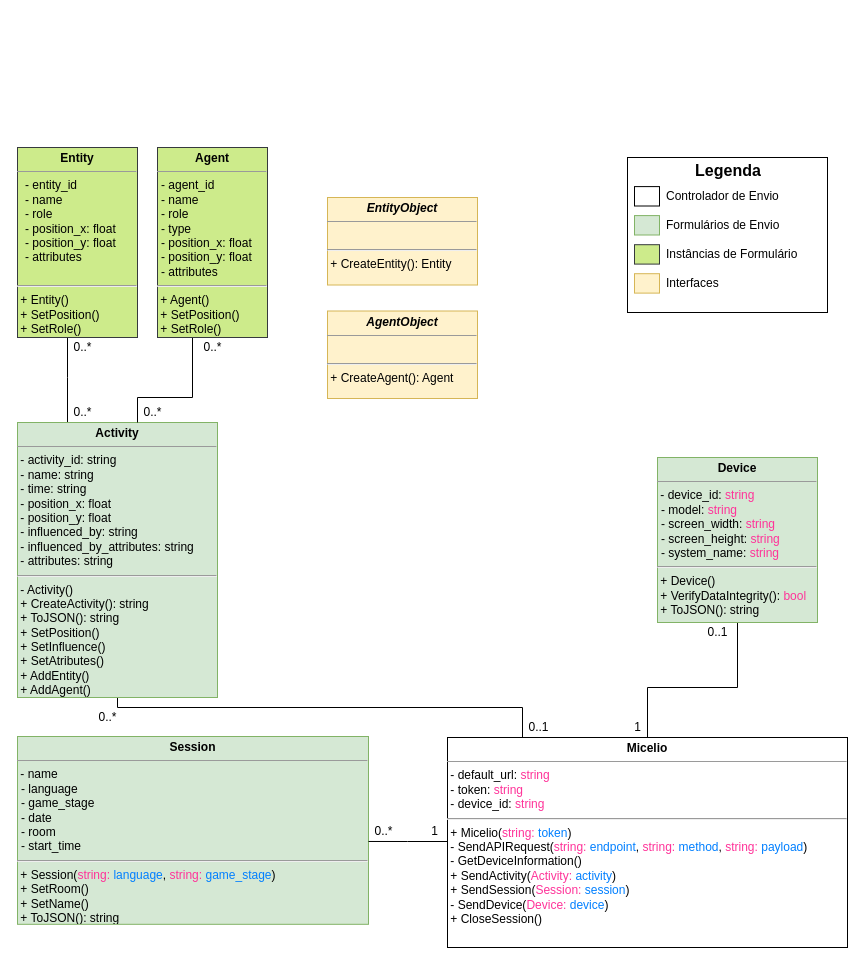
Earlier version of the draw.io diagram page "MicelioUnity Class Model" (5 of 6) of Documentation/Diagramas/Modelo De Dados Proveniencia.drawio (multisens/micelio). Source tidied: cells renumbered, new cells numbered last; positions are measured from the earlier drawing's top-left corner, leaving out a move shared by most shapes. Both pictures are drawn from the tidied source at 100%, with x=0, y=0 at pixel (17, 17).
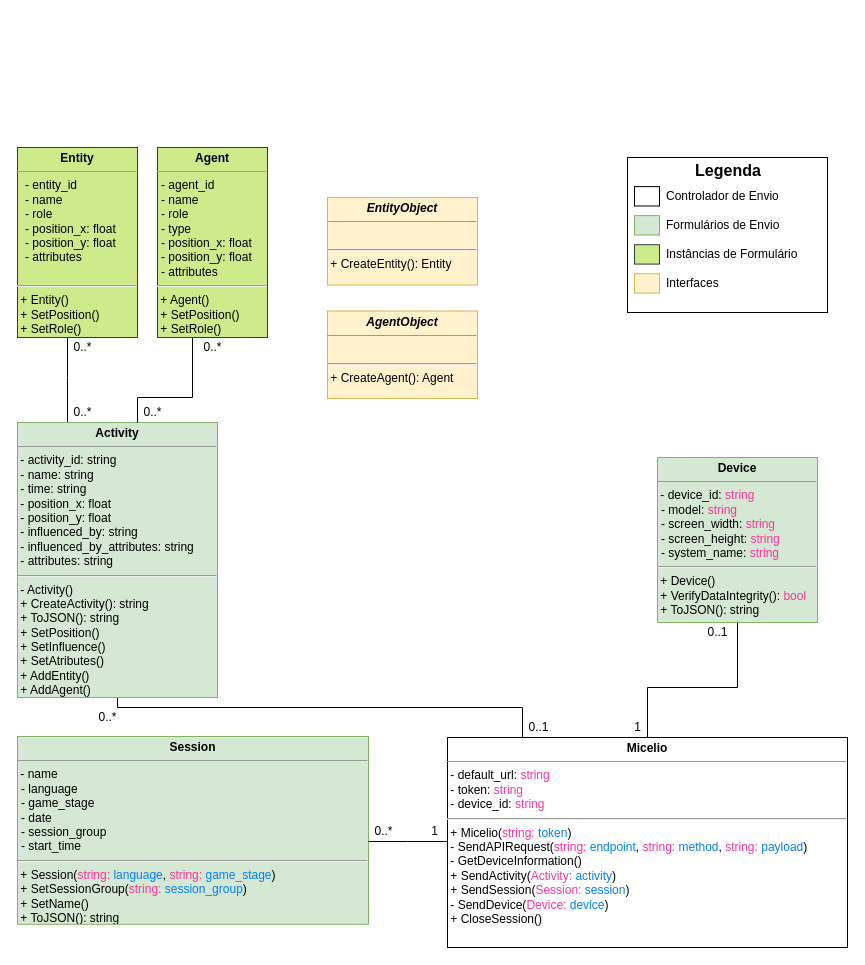
The same page after the edit.

The change refers to these unchanged cells:
```xml
<mxCell id="15" style="group;" parent="1" vertex="1">
  <mxGeometry y="730" width="351" height="200" as="geometry" />
</mxCell>
```

What changed in the source:
```diff
@@
-    <mxCell id="16" value="&lt;p style=&quot;margin: 0px ; margin-top: 4px ; text-align: center&quot;&gt;&lt;b&gt;Session&lt;/b&gt;&lt;/p&gt;&lt;hr size=&quot;1&quot;&gt;&amp;nbsp;-&amp;nbsp;name&lt;br&gt;&lt;p style=&quot;margin: 0px 0px 0px 4px&quot;&gt;- language&lt;br&gt;&lt;/p&gt;&lt;p style=&quot;margin: 0px 0px 0px 4px&quot;&gt;- game_stage&lt;/p&gt;&lt;p style=&quot;margin: 0px 0px 0px 4px&quot;&gt;- date&lt;/p&gt;&lt;p style=&quot;margin: 0px 0px 0px 4px&quot;&gt;- room&lt;/p&gt;&lt;p style=&quot;margin: 0px 0px 0px 4px&quot;&gt;- start_time&lt;/p&gt;&lt;hr&gt;&amp;nbsp;+ Session(&lt;span style=&quot;color: rgb(255 , 51 , 153)&quot;&gt;string: &lt;/span&gt;&lt;font color=&quot;#007fff&quot;&gt;language&lt;/font&gt;,&amp;nbsp;&lt;span style=&quot;color: rgb(255 , 51 , 153)&quot;&gt;string: &lt;/span&gt;&lt;font color=&quot;#007fff&quot;&gt;game_stage&lt;/font&gt;)&lt;br&gt;&amp;nbsp;+ SetRoom()&lt;br&gt;&amp;nbsp;+ SetName()&lt;br&gt;&amp;nbsp;+ ToJSON(): string&lt;br&gt;&amp;nbsp;" style="verticalAlign=top;align=left;overflow=fill;fontSize=12;fontFamily=Helvetica;html=1;glass=0;fillColor=#d5e8d4;strokeColor=#82b366;" parent="15" vertex="1">
+    <mxCell id="16" value="&lt;p style=&quot;margin: 0px ; margin-top: 4px ; text-align: center&quot;&gt;&lt;b&gt;Session&lt;/b&gt;&lt;/p&gt;&lt;hr size=&quot;1&quot;&gt;&amp;nbsp;-&amp;nbsp;name&lt;br&gt;&lt;p style=&quot;margin: 0px 0px 0px 4px&quot;&gt;- language&lt;br&gt;&lt;/p&gt;&lt;p style=&quot;margin: 0px 0px 0px 4px&quot;&gt;- game_stage&lt;/p&gt;&lt;p style=&quot;margin: 0px 0px 0px 4px&quot;&gt;- date&lt;/p&gt;&lt;p style=&quot;margin: 0px 0px 0px 4px&quot;&gt;- session_group&lt;/p&gt;&lt;p style=&quot;margin: 0px 0px 0px 4px&quot;&gt;- start_time&lt;/p&gt;&lt;hr&gt;&amp;nbsp;+ Session(&lt;span style=&quot;color: rgb(255 , 51 , 153)&quot;&gt;string: &lt;/span&gt;&lt;font color=&quot;#007fff&quot;&gt;language&lt;/font&gt;,&amp;nbsp;&lt;span style=&quot;color: rgb(255 , 51 , 153)&quot;&gt;string: &lt;/span&gt;&lt;font color=&quot;#007fff&quot;&gt;game_stage&lt;/font&gt;)&lt;br&gt;&amp;nbsp;+ SetSessionGroup(&lt;span style=&quot;color: rgb(255 , 51 , 153)&quot;&gt;string:&amp;nbsp;&lt;/span&gt;&lt;font color=&quot;#007fff&quot;&gt;session_group&lt;/font&gt;)&lt;br&gt;&amp;nbsp;+ SetName()&lt;br&gt;&amp;nbsp;+ ToJSON(): string&lt;br&gt;&amp;nbsp;" style="verticalAlign=top;align=left;overflow=fill;fontSize=12;fontFamily=Helvetica;html=1;glass=0;fillColor=#d5e8d4;strokeColor=#82b366;" parent="15" vertex="1">
       <mxGeometry y="-11" width="351" height="187.8" as="geometry" />
     </mxCell>
```
